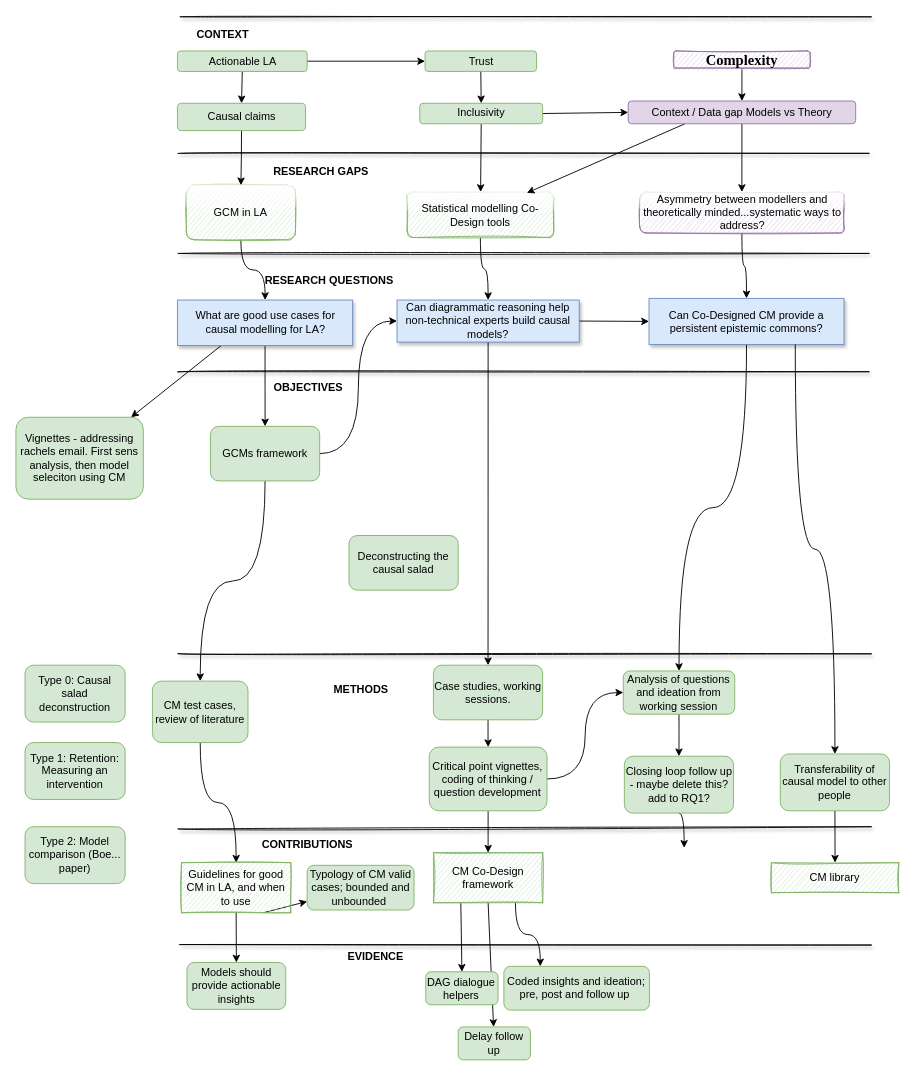
This is page "Page-5" (5 of 5) of Thesis diagram.drawio from benwhicks/phd, a draw.io file, before an edit. Source tidied: cells renumbered, new cells numbered last; positions are measured from the earlier drawing's top-left corner, leaving out a move shared by most shapes. Both pictures are drawn from the tidied source at 91%, with x=0, y=0 at pixel (15, 16).
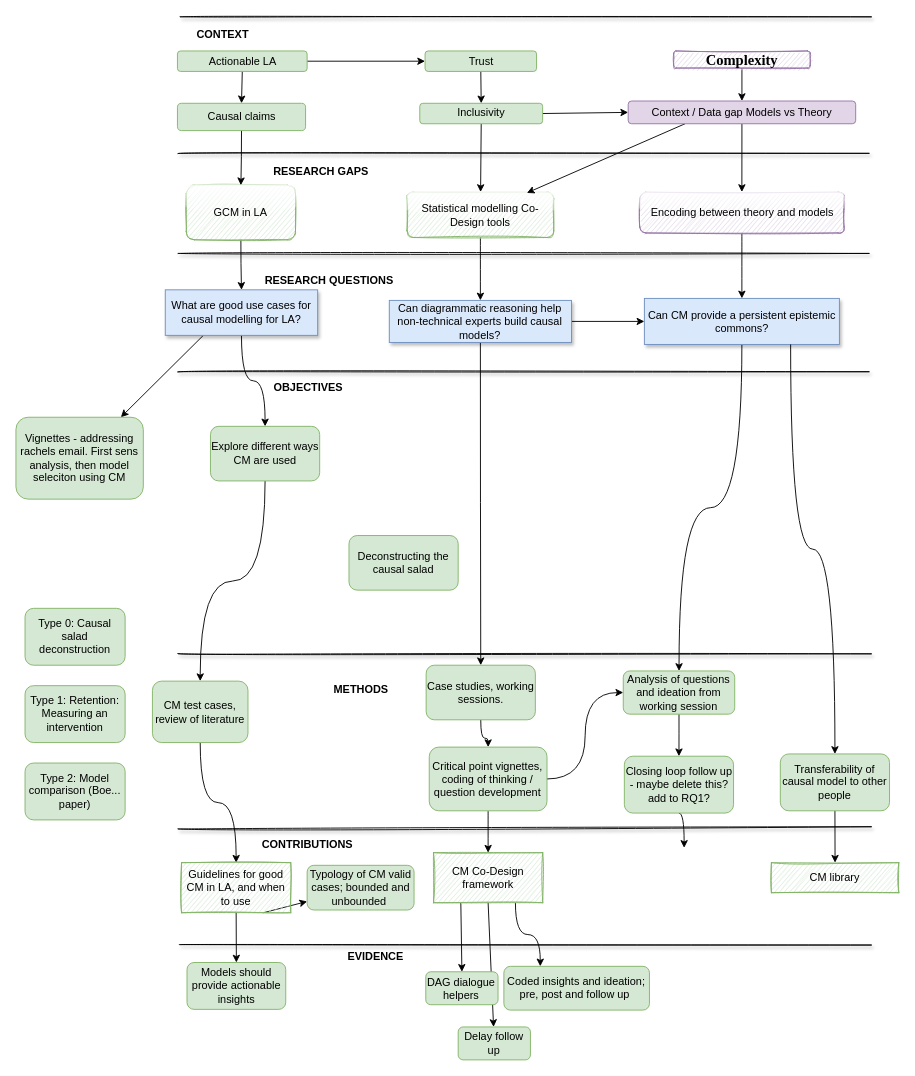
Above is the later version.

Diff of the diagram source:
```diff
@@
-    <mxCell id="6" value="Can Co-Designed CM provide a persistent epistemic commons?" style="rounded=0;whiteSpace=wrap;html=1;fillColor=#dae8fc;strokeColor=#6c8ebf;glass=0;sketch=0;shadow=1;" parent="1" vertex="1">
-      <mxGeometry x="695.7" y="309.4" width="214.3" height="50.6" as="geometry" />
+    <mxCell id="6" value="Can CM provide a persistent epistemic commons?" style="rounded=0;whiteSpace=wrap;html=1;fillColor=#dae8fc;strokeColor=#6c8ebf;glass=0;sketch=0;shadow=1;" parent="1" vertex="1">
+      <mxGeometry x="690.6" y="309.4" width="214.3" height="50.6" as="geometry" />
     </mxCell>
@@
-    <mxCell id="12" value="Asymmetry between modellers and theoretically minded...systematic ways to address?" style="rounded=1;whiteSpace=wrap;html=1;fillColor=#e1d5e7;strokeColor=#9673a6;glass=1;sketch=1;" parent="1" vertex="1">
+    <mxCell id="12" value="Encoding between theory and models" style="rounded=1;whiteSpace=wrap;html=1;fillColor=#e1d5e7;strokeColor=#9673a6;glass=1;sketch=1;" parent="1" vertex="1">
       <mxGeometry x="685.5" y="192.5" width="224.5" height="45" as="geometry" />
     </mxCell>
@@
     <mxCell id="17" value="Can diagrammatic reasoning help non-technical experts build causal models?" style="rounded=0;whiteSpace=wrap;html=1;fillColor=#dae8fc;strokeColor=#6c8ebf;sketch=0;shadow=1;" parent="1" vertex="1">
-      <mxGeometry x="418.8" y="311.2" width="200.2" height="46.2" as="geometry" />
+      <mxGeometry x="410.3" y="311.6" width="200.2" height="46.2" as="geometry" />
     </mxCell>
@@
     <mxCell id="26" value="What are good use cases for causal modelling for LA?" style="whiteSpace=wrap;html=1;fillColor=#dae8fc;strokeColor=#6c8ebf;sketch=0;shadow=1;" parent="1" vertex="1">
-      <mxGeometry x="177.5" y="311.2" width="192.5" height="50" as="geometry" />
+      <mxGeometry x="164.1" y="300" width="167.5" height="50" as="geometry" />
     </mxCell>
@@
-    <mxCell id="28" style="edgeStyle=orthogonalEdgeStyle;rounded=0;jettySize=auto;html=1;exitX=1;exitY=0.5;exitDx=0;exitDy=0;entryX=0;entryY=0.5;entryDx=0;entryDy=0;curved=1;" parent="1" edge="1" source="29" target="17">
-      <mxGeometry relative="1" as="geometry" />
-    </mxCell>
-    <mxCell id="29" value="GCMs framework" style="rounded=1;whiteSpace=wrap;html=1;sketch=0;shadow=0;glass=0;fillColor=#d5e8d4;strokeColor=#82b366;" parent="1" vertex="1">
+    <mxCell id="29" value="Explore different ways CM are used" style="rounded=1;whiteSpace=wrap;html=1;sketch=0;shadow=0;glass=0;fillColor=#d5e8d4;strokeColor=#82b366;" parent="1" vertex="1">
       <mxGeometry x="213.8" y="450" width="120" height="60" as="geometry" />
     </mxCell>
@@
     <mxCell id="33" value="Case studies, working sessions." style="rounded=1;whiteSpace=wrap;html=1;fillColor=#d5e8d4;strokeColor=#82b366;" parent="1" vertex="1">
-      <mxGeometry x="458.8" y="712.5" width="120" height="60" as="geometry" />
+      <mxGeometry x="450.8" y="712.5" width="120" height="60" as="geometry" />
     </mxCell>
@@
     <mxCell id="79" value="Type 1: Retention: Measuring an intervention" style="rounded=1;whiteSpace=wrap;html=1;fillColor=#d5e8d4;strokeColor=#82b366;" parent="1" vertex="1">
-      <mxGeometry x="10" y="797.5" width="110" height="62.5" as="geometry" />
+      <mxGeometry x="10" y="735" width="110" height="62.5" as="geometry" />
     </mxCell>
     <mxCell id="80" value="Type 2: Model comparison (Boe... paper)" style="rounded=1;whiteSpace=wrap;html=1;fillColor=#d5e8d4;strokeColor=#82b366;" parent="1" vertex="1">
-      <mxGeometry x="10" y="890" width="110" height="62.5" as="geometry" />
+      <mxGeometry x="10" y="820" width="110" height="62.5" as="geometry" />
     </mxCell>
     <mxCell id="81" value="Type 0: Causal salad deconstruction" style="rounded=1;whiteSpace=wrap;html=1;fillColor=#d5e8d4;strokeColor=#82b366;" parent="1" vertex="1">
-      <mxGeometry x="10" y="712.5" width="110" height="62.5" as="geometry" />
+      <mxGeometry x="10" y="650" width="110" height="62.5" as="geometry" />
     </mxCell>
```
